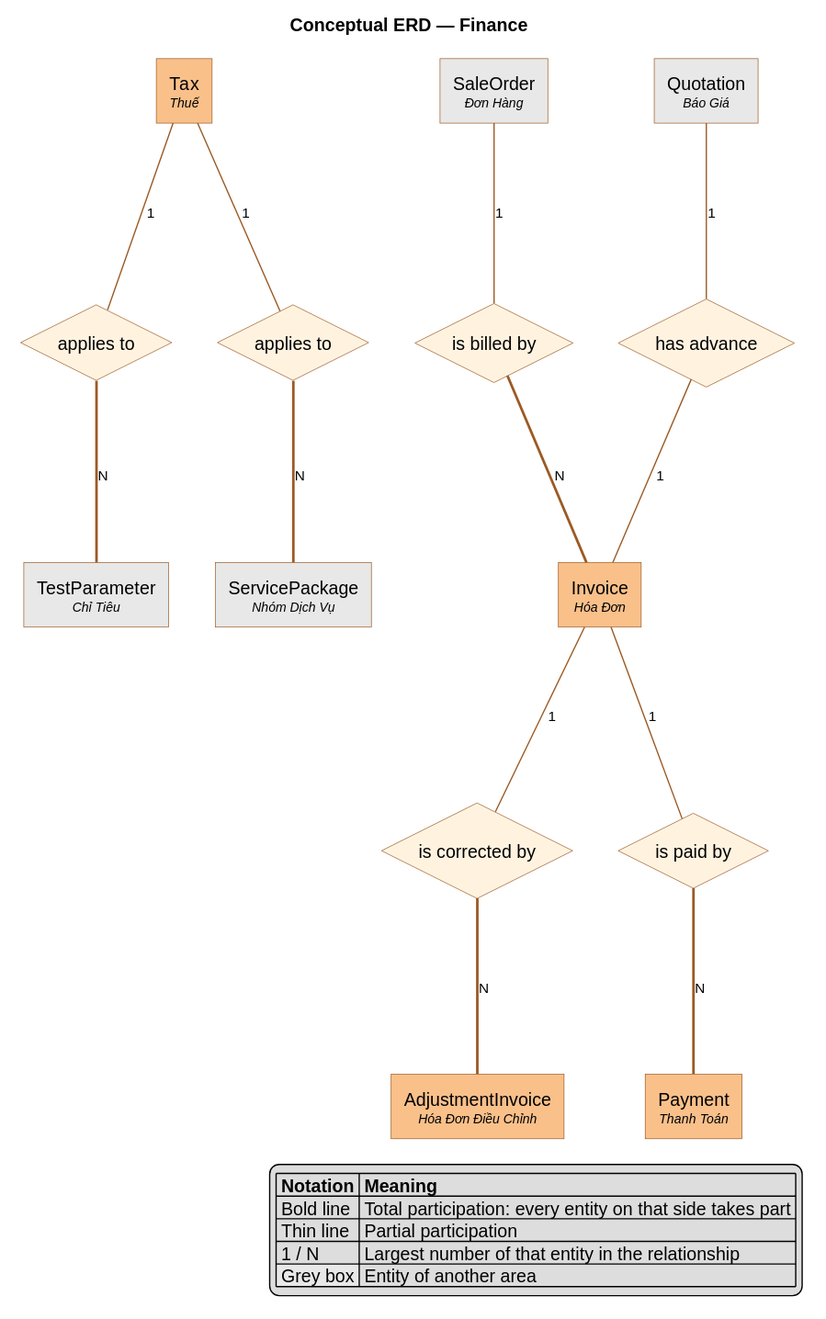
Above: docs/reports/erd-diagram/conceptual-finance.svg in SoltuneMontepre/medilab (PlantUML), before the change. The source it was exported from:
```plantuml
@startchen
<style>
element { BackGroundColor #F9C08A; LineColor #9C5A24 }
.rel { BackGroundColor #FFF3E0 }
.ext { BackGroundColor #E8E8E8 }
</style>
title Conceptual ERD — Finance
entity "TestParameter\n<size:10><i>Chỉ Tiêu</i></size>" as E1 <<ext>> {
}
entity "SaleOrder\n<size:10><i>Đơn Hàng</i></size>" as E2 <<ext>> {
}
entity "Quotation\n<size:10><i>Báo Giá</i></size>" as E3 <<ext>> {
}
entity "ServicePackage\n<size:10><i>Nhóm Dịch Vụ</i></size>" as E4 <<ext>> {
}
entity "Invoice\n<size:10><i>Hóa Đơn</i></size>" as E5 {
}
entity "AdjustmentInvoice\n<size:10><i>Hóa Đơn Điều Chỉnh</i></size>" as E6 {
}
entity "Payment\n<size:10><i>Thanh Toán</i></size>" as E7 {
}
entity "Tax\n<size:10><i>Thuế</i></size>" as E8 {
}
relationship "is billed by" as R1 <<rel>> {
}
relationship "has advance" as R2 <<rel>> {
}
relationship "is corrected by" as R3 <<rel>> {
}
relationship "is paid by" as R4 <<rel>> {
}
relationship "applies to" as R5 <<rel>> {
}
relationship "applies to" as R6 <<rel>> {
}
E2 -1- R1
R1 =N= E5
E3 -1- R2
R2 -1- E5
E5 -1- R3
R3 =N= E6
E5 -1- R4
R4 =N= E7
E8 -1- R5
R5 =N= E1
E8 -1- R6
R6 =N= E4
legend right
|= Notation |= Meaning |
| Bold line | Total participation: every entity on that side takes part |
| Thin line | Partial participation |
| 1 / N | Largest number of that entity in the relationship |
|<#E8E8E8> Grey box | Entity of another area |
endlegend
@endchen
```
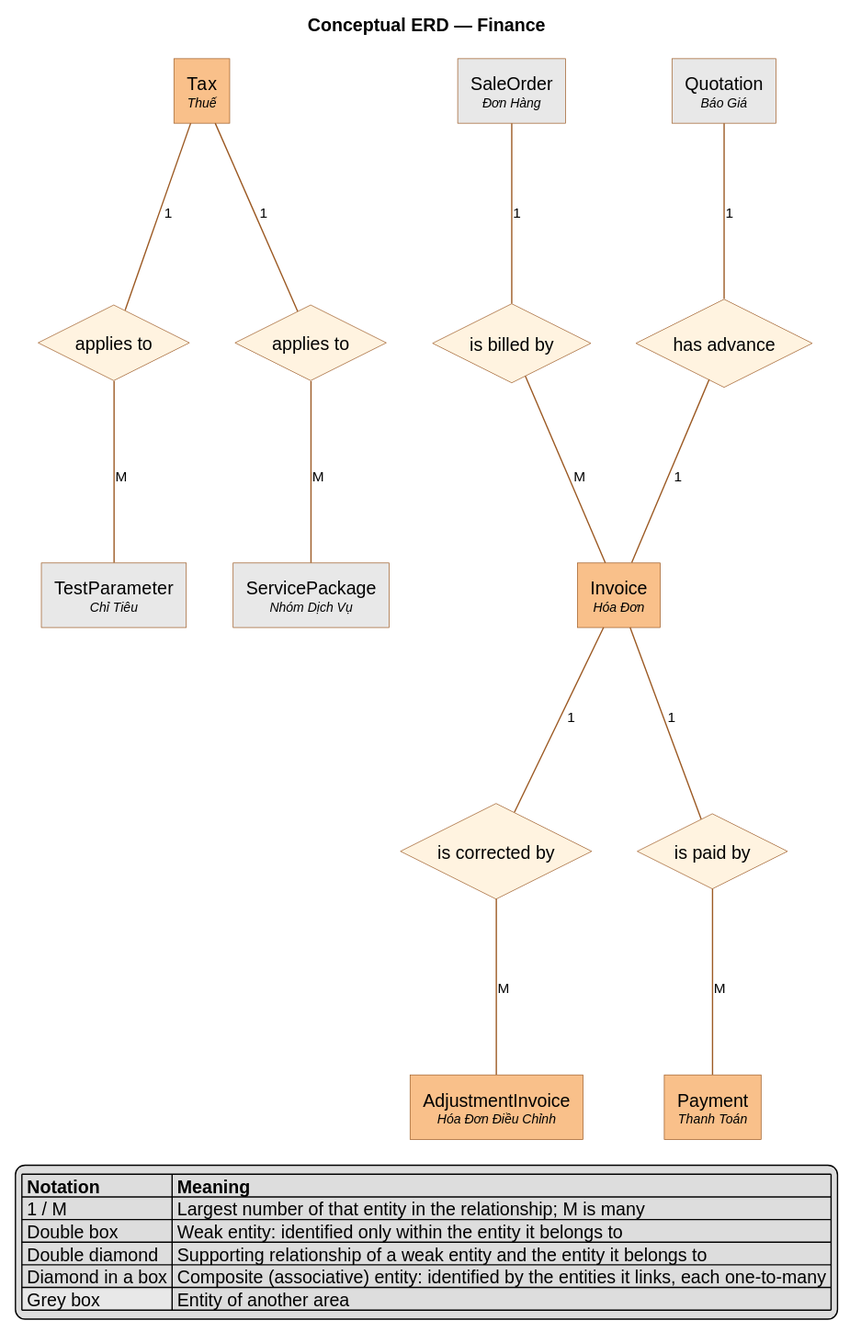
Later version of the same file.

What changed in the source:
```diff
@@ -34,22 +34,23 @@
 relationship "applies to" as R6 <<rel>> {
 }
 E2 -1- R1
-R1 =N= E5
+R1 -M- E5
 E3 -1- R2
 R2 -1- E5
 E5 -1- R3
-R3 =N= E6
+R3 -M- E6
 E5 -1- R4
-R4 =N= E7
+R4 -M- E7
 E8 -1- R5
-R5 =N= E1
+R5 -M- E1
 E8 -1- R6
-R6 =N= E4
+R6 -M- E4
 legend right
 |= Notation |= Meaning |
-| Bold line | Total participation: every entity on that side takes part |
-| Thin line | Partial participation |
-| 1 / N | Largest number of that entity in the relationship |
+| 1 / M | Largest number of that entity in the relationship; M is many |
+| Double box | Weak entity: identified only within the entity it belongs to |
+| Double diamond | Supporting relationship of a weak entity and the entity it belongs to |
+| Diamond in a box | Composite (associative) entity: identified by the entities it links, each one-to-many |
 |<#E8E8E8> Grey box | Entity of another area |
 endlegend
 @endchen
```
